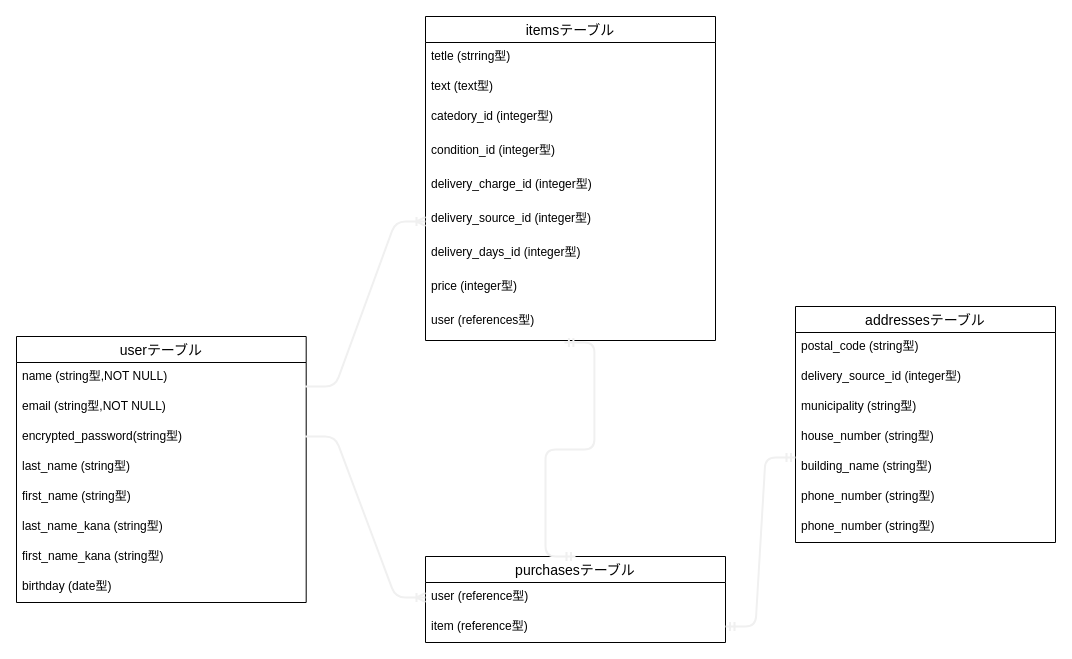
The draw.io diagram ER.dio in shun0328/furima-35841, before the edit. Source tidied: cells renumbered, new cells numbered last; positions are measured from the earlier drawing's top-left corner, leaving out a move shared by most shapes. Both pictures are drawn from the tidied source at 100%, with x=0, y=0 at pixel (16, 16).
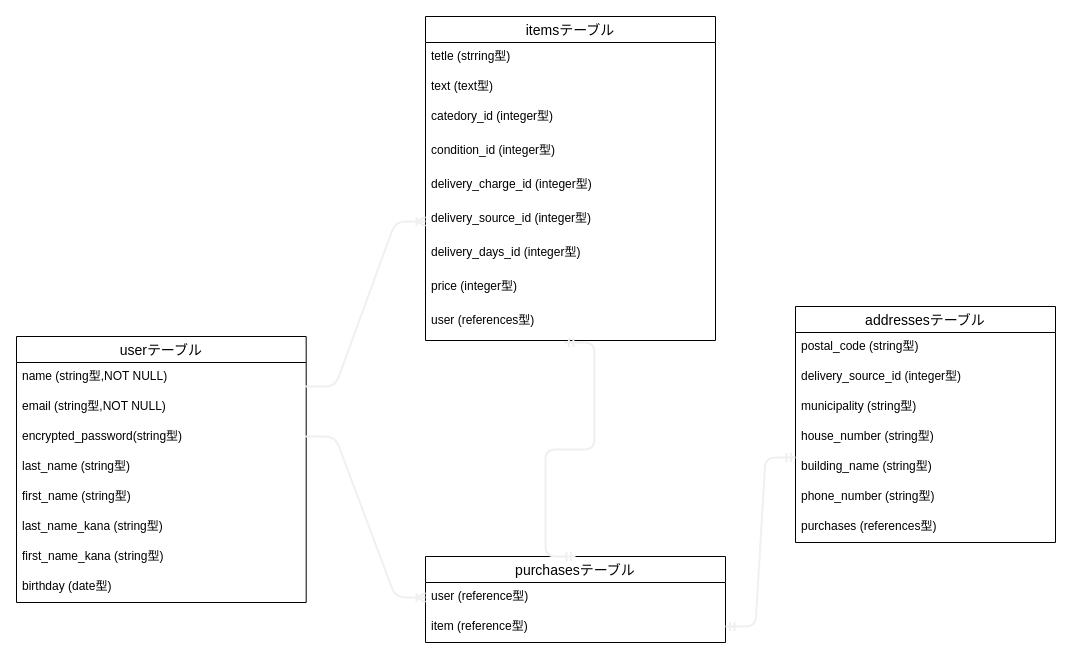
Above is the later version.

Unchanged cells that the change refers to:
```xml
<mxCell id="24" value="addressesテーブル" style="swimlane;fontStyle=0;horizontal=1;startSize=26;align=center;fontSize=14;" parent="1" vertex="1">
  <mxGeometry x="779" y="290" width="260" height="236" as="geometry" />
</mxCell>
```

Diff of the diagram source:
```diff
@@
-    <mxCell id="31" value="phone_number (string型)" style="text;strokeColor=none;fillColor=none;spacingLeft=4;spacingRight=4;overflow=hidden;fontSize=12;" parent="24" vertex="1">
+    <mxCell id="31" value="purchases (references型)" style="text;strokeColor=none;fillColor=none;spacingLeft=4;spacingRight=4;overflow=hidden;fontSize=12;" parent="24" vertex="1">
       <mxGeometry y="206" width="260" height="30" as="geometry" />
     </mxCell>
```
